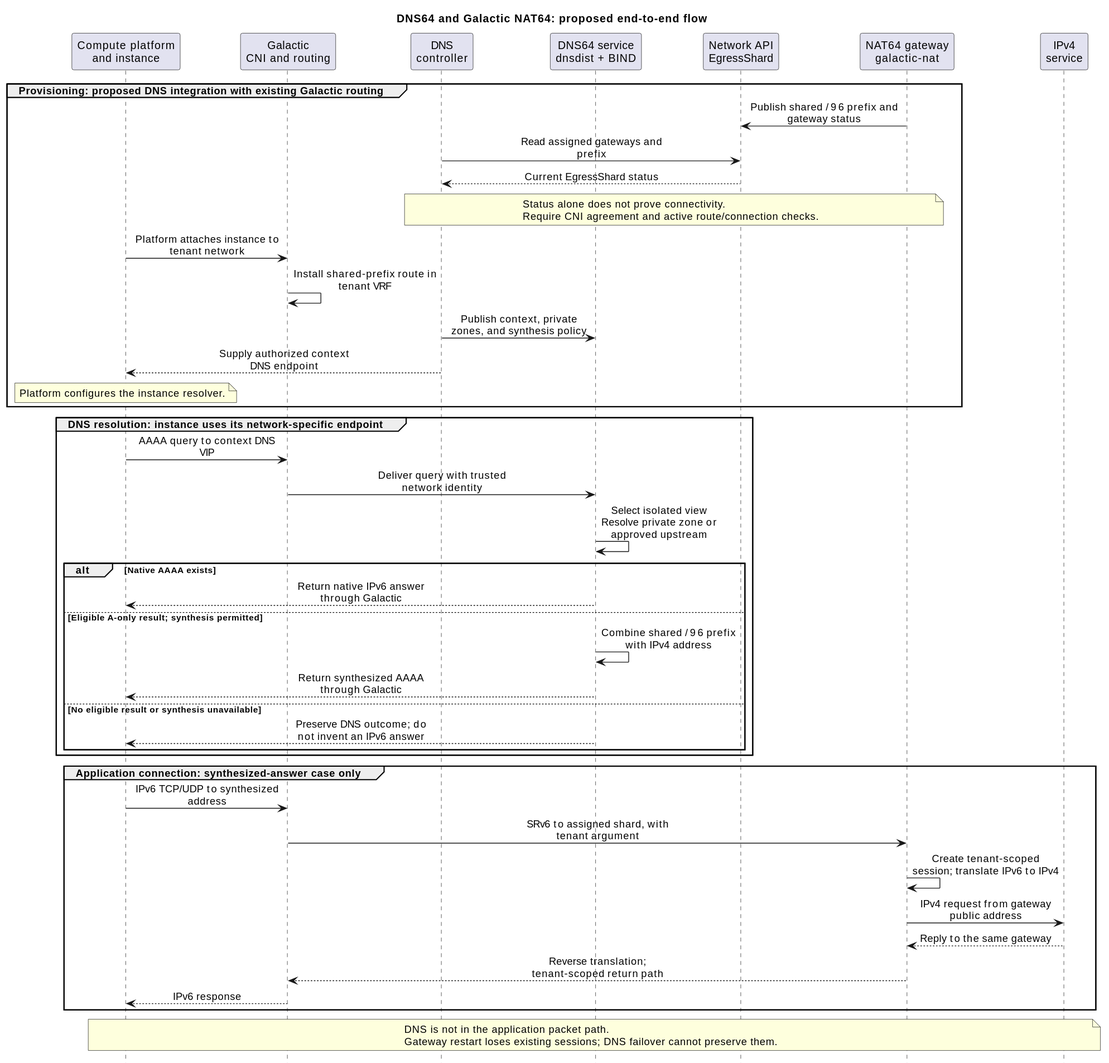
The PlantUML diagram docs/enhancements/dns64/resolution-sequence.svg in datum-cloud/galactic, before a commit. Source of this version:
```plantuml
@startuml
skinparam defaultFontName SansSerif
skinparam shadowing false
skinparam backgroundColor white
skinparam responseMessageBelowArrow true
skinparam sequenceMessageAlign center
skinparam maxMessageSize 190
hide footbox

title DNS64 and Galactic NAT64: proposed end-to-end flow

participant "Compute platform\nand instance" as compute
participant "Galactic\nCNI and routing" as galactic
participant "DNS\ncontroller" as controller
participant "DNS64 service\ndnsdist + BIND" as dns
participant "Network API\nEgressShard" as api
participant "NAT64 gateway\ngalactic-nat" as nat
participant "IPv4\nservice" as ipv4

group Provisioning: proposed DNS integration with existing Galactic routing
    nat -> api: Publish shared /96 prefix and gateway status
    controller -> api: Read assigned gateways and prefix
    api --> controller: Current EgressShard status
    note over controller, nat
        Status alone does not prove connectivity.
        Require CNI agreement and active route/connection checks.
    end note
    compute -> galactic: Platform attaches instance to tenant network
    galactic -> galactic: Install shared-prefix route in tenant VRF
    controller -> dns: Publish context, private zones, and synthesis policy
    controller --> compute: Supply authorized context DNS endpoint
    note over compute: Platform configures the instance resolver.
end

group DNS resolution: instance uses its network-specific endpoint
    compute -> galactic: AAAA query to context DNS VIP
    galactic -> dns: Deliver query with trusted network identity
    dns -> dns: Select isolated view\nResolve private zone or approved upstream
    alt Native AAAA exists
        dns --> compute: Return native IPv6 answer through Galactic
    else Eligible A-only result; synthesis permitted
        dns -> dns: Combine shared /96 prefix with IPv4 address
        dns --> compute: Return synthesized AAAA through Galactic
    else No eligible result or synthesis unavailable
        dns --> compute: Preserve DNS outcome; do not invent an IPv6 answer
    end
end

group Application connection: synthesized-answer case only
    compute -> galactic: IPv6 TCP/UDP to synthesized address
    galactic -> nat: SRv6 to assigned shard, with tenant argument
    nat -> nat: Create tenant-scoped session; translate IPv6 to IPv4
    nat -> ipv4: IPv4 request from gateway public address
    ipv4 --> nat: Reply to the same gateway
    nat --> galactic: Reverse translation; tenant-scoped return path
    galactic --> compute: IPv6 response
end

note over compute, ipv4
    DNS is not in the application packet path.
    Gateway restart loses existing sessions; DNS failover cannot preserve them.
end note
@enduml
```
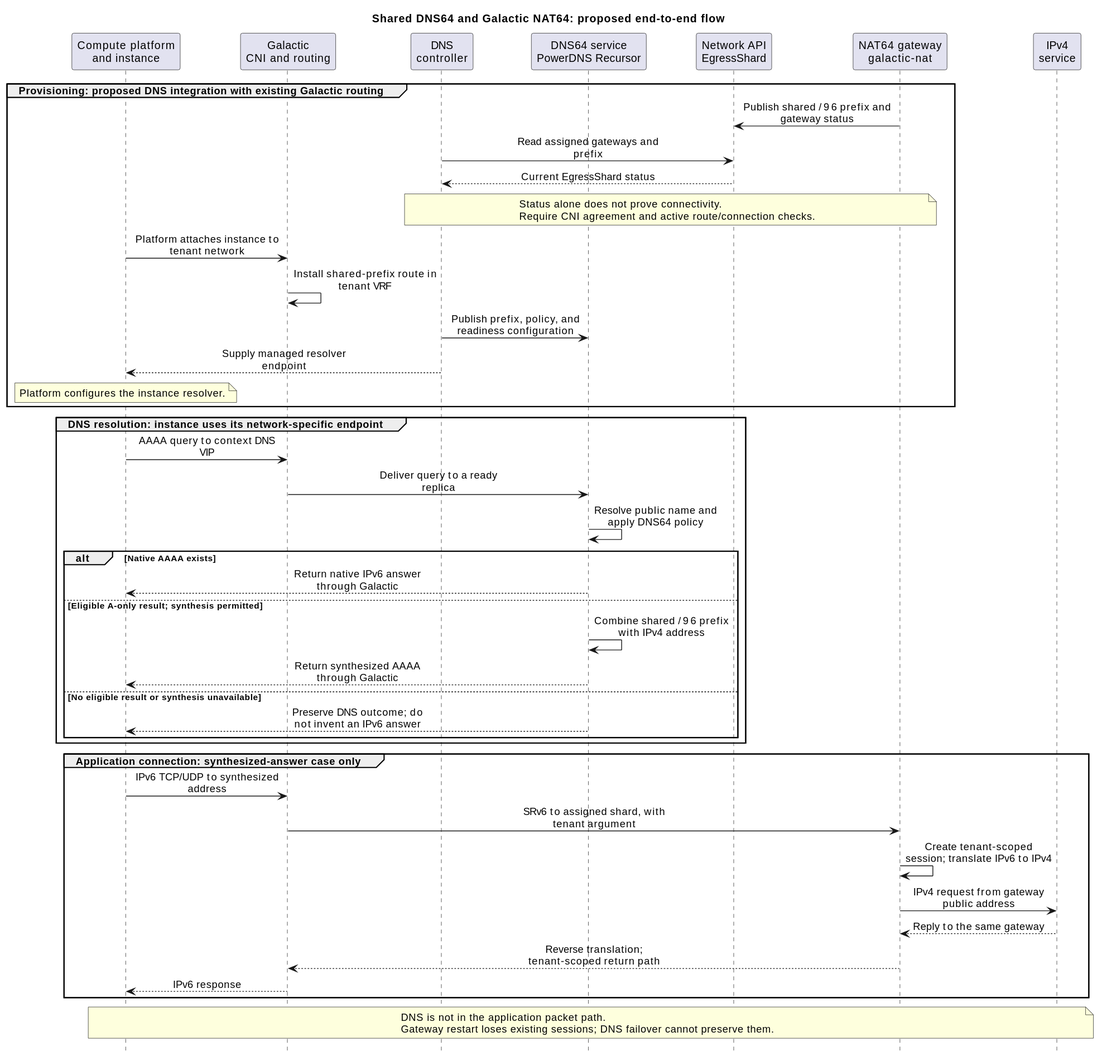
Above is the later version.

Diff of the diagram source:
```diff
@@ -7,12 +7,12 @@
 skinparam maxMessageSize 190
 hide footbox
 
-title DNS64 and Galactic NAT64: proposed end-to-end flow
+title Shared DNS64 and Galactic NAT64: proposed end-to-end flow
 
 participant "Compute platform\nand instance" as compute
 participant "Galactic\nCNI and routing" as galactic
 participant "DNS\ncontroller" as controller
-participant "DNS64 service\ndnsdist + BIND" as dns
+participant "DNS64 service\nPowerDNS Recursor" as dns
 participant "Network API\nEgressShard" as api
 participant "NAT64 gateway\ngalactic-nat" as nat
 participant "IPv4\nservice" as ipv4
@@ -27,15 +27,15 @@
     end note
     compute -> galactic: Platform attaches instance to tenant network
     galactic -> galactic: Install shared-prefix route in tenant VRF
-    controller -> dns: Publish context, private zones, and synthesis policy
-    controller --> compute: Supply authorized context DNS endpoint
+    controller -> dns: Publish prefix, policy, and readiness configuration
+    controller --> compute: Supply managed resolver endpoint
     note over compute: Platform configures the instance resolver.
 end
 
 group DNS resolution: instance uses its network-specific endpoint
     compute -> galactic: AAAA query to context DNS VIP
-    galactic -> dns: Deliver query with trusted network identity
-    dns -> dns: Select isolated view\nResolve private zone or approved upstream
+    galactic -> dns: Deliver query to a ready replica
+    dns -> dns: Resolve public name and apply DNS64 policy
     alt Native AAAA exists
         dns --> compute: Return native IPv6 answer through Galactic
     else Eligible A-only result; synthesis permitted
```
